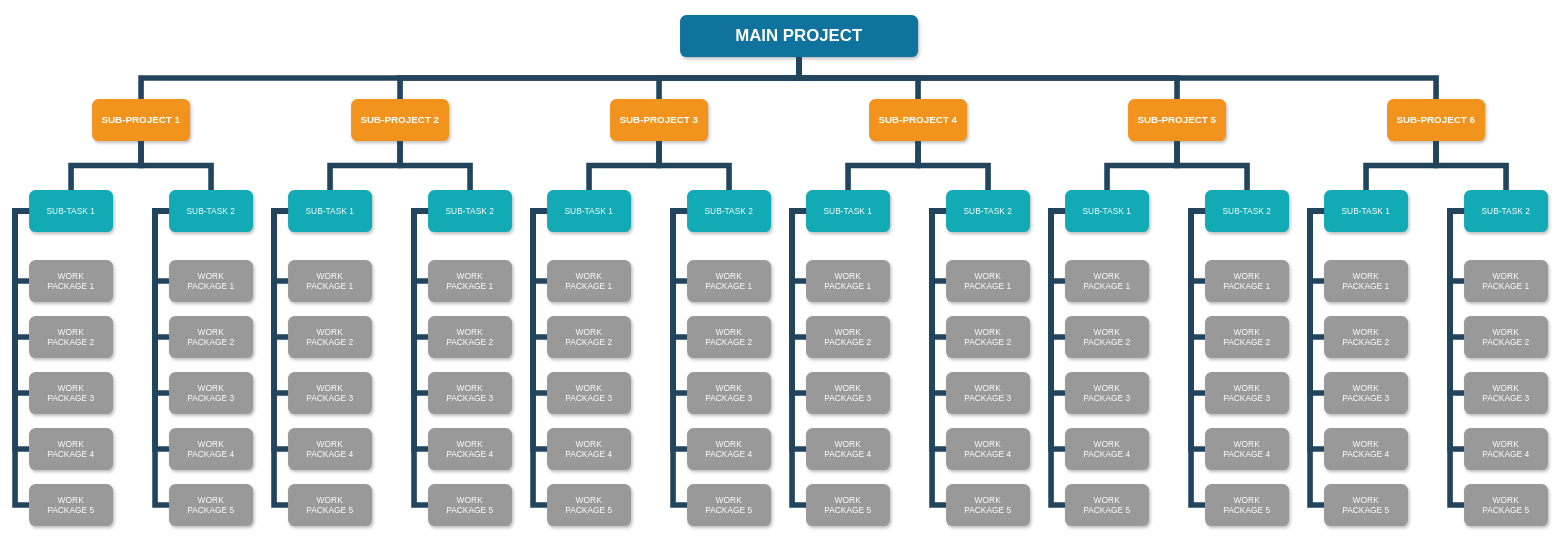
AndrzejRPiotrowski/AndrzejRPiotrowski keeps this draw.io diagram as Diagram bez tytułu.drawio. Above is the earlier version. Source tidied: cells renumbered, new cells numbered last; positions are measured from the earlier drawing's top-left corner, leaving out a move shared by most shapes. Both pictures are drawn from the tidied source at 70%, with x=0, y=0 at pixel (15, 15).
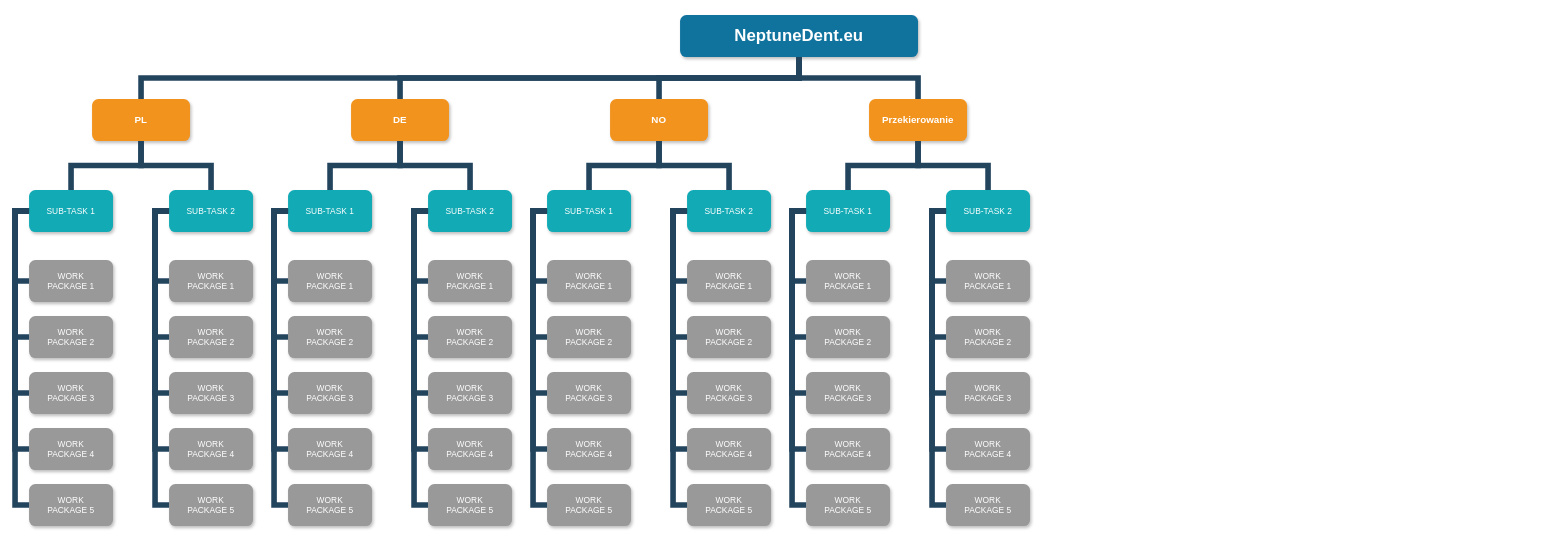
The same page after the edit.

What changed in the source:
```diff
@@
-    <mxCell id="2" value="MAIN PROJECT" style="whiteSpace=wrap;rounded=1;shadow=1;fillColor=#10739E;strokeColor=none;fontColor=#FFFFFF;fontStyle=1;fontSize=24;" parent="1" vertex="1">
+    <mxCell id="2" value="NeptuneDent.eu" style="whiteSpace=wrap;rounded=1;shadow=1;fillColor=#10739E;strokeColor=none;fontColor=#FFFFFF;fontStyle=1;fontSize=24;" parent="1" vertex="1">
       <mxGeometry x="950" width="340" height="60" as="geometry" />
     </mxCell>
-    <mxCell id="3" value="SUB-PROJECT 1" style="whiteSpace=wrap;rounded=1;fillColor=#F2931E;strokeColor=none;shadow=1;fontColor=#FFFFFF;fontStyle=1;fontSize=14;" parent="1" vertex="1">
+    <mxCell id="3" value="PL" style="whiteSpace=wrap;rounded=1;fillColor=#F2931E;strokeColor=none;shadow=1;fontColor=#FFFFFF;fontStyle=1;fontSize=14;" parent="1" vertex="1">
       <mxGeometry x="110" y="120" width="140" height="60" as="geometry" />
     </mxCell>
-    <mxCell id="4" value="SUB-PROJECT 2" style="whiteSpace=wrap;rounded=1;fillColor=#F2931E;strokeColor=none;shadow=1;fontColor=#FFFFFF;fontStyle=1;fontSize=14;" parent="1" vertex="1">
+    <mxCell id="4" value="DE" style="whiteSpace=wrap;rounded=1;fillColor=#F2931E;strokeColor=none;shadow=1;fontColor=#FFFFFF;fontStyle=1;fontSize=14;" parent="1" vertex="1">
       <mxGeometry x="480" y="120" width="140" height="60" as="geometry" />
     </mxCell>
-    <mxCell id="5" value="SUB-PROJECT 6" style="whiteSpace=wrap;rounded=1;fillColor=#F2931E;strokeColor=none;shadow=1;fontColor=#FFFFFF;fontStyle=1;fontSize=14;" parent="1" vertex="1">
-      <mxGeometry x="1960" y="120" width="140" height="60" as="geometry" />
-    </mxCell>
-    <mxCell id="6" value="SUB-PROJECT 3" style="whiteSpace=wrap;rounded=1;fillColor=#F2931E;strokeColor=none;shadow=1;fontColor=#FFFFFF;fontStyle=1;fontSize=14;" parent="1" vertex="1">
+    <mxCell id="6" value="NO" style="whiteSpace=wrap;rounded=1;fillColor=#F2931E;strokeColor=none;shadow=1;fontColor=#FFFFFF;fontStyle=1;fontSize=14;" parent="1" vertex="1">
       <mxGeometry x="850" y="120" width="140" height="60" as="geometry" />
     </mxCell>
-    <mxCell id="7" value="SUB-PROJECT 4" style="whiteSpace=wrap;rounded=1;fillColor=#F2931E;strokeColor=none;shadow=1;fontColor=#FFFFFF;fontStyle=1;fontSize=14;" parent="1" vertex="1">
+    <mxCell id="7" value="Przekierowanie" style="whiteSpace=wrap;rounded=1;fillColor=#F2931E;strokeColor=none;shadow=1;fontColor=#FFFFFF;fontStyle=1;fontSize=14;" parent="1" vertex="1">
       <mxGeometry x="1220" y="120" width="140" height="60" as="geometry" />
     </mxCell>
-    <mxCell id="8" value="SUB-PROJECT 5" style="whiteSpace=wrap;rounded=1;fillColor=#F2931E;strokeColor=none;shadow=1;fontColor=#FFFFFF;fontStyle=1;fontSize=14;" parent="1" vertex="1">
-      <mxGeometry x="1590" y="120" width="140" height="60" as="geometry" />
-    </mxCell>
@@
-    <mxCell id="101" value="SUB-TASK 1" style="whiteSpace=wrap;rounded=1;fillColor=#12AAB5;strokeColor=none;shadow=1;fontColor=#FFFFFF;" parent="1" vertex="1">
-      <mxGeometry x="1500" y="250" width="120" height="60" as="geometry" />
-    </mxCell>
-    <mxCell id="102" value="SUB-TASK 2" style="whiteSpace=wrap;rounded=1;fillColor=#12AAB5;strokeColor=none;shadow=1;fontColor=#FFFFFF;" parent="1" vertex="1">
-      <mxGeometry x="1700" y="250" width="120" height="60" as="geometry" />
-    </mxCell>
-    <mxCell id="103" value="WORK&#10;PACKAGE 1" style="whiteSpace=wrap;rounded=1;fillColor=#999999;strokeColor=none;shadow=1;fontColor=#FFFFFF;fontStyle=0;" parent="1" vertex="1">
-      <mxGeometry x="1500" y="350" width="120" height="60" as="geometry" />
-    </mxCell>
-    <mxCell id="104" value="WORK&#10;PACKAGE 2" style="whiteSpace=wrap;rounded=1;fillColor=#999999;strokeColor=none;shadow=1;fontColor=#FFFFFF;fontStyle=0;" parent="1" vertex="1">
-      <mxGeometry x="1500" y="430" width="120" height="60" as="geometry" />
-    </mxCell>
-    <mxCell id="105" value="WORK&#10;PACKAGE 3" style="whiteSpace=wrap;rounded=1;fillColor=#999999;strokeColor=none;shadow=1;fontColor=#FFFFFF;fontStyle=0;" parent="1" vertex="1">
-      <mxGeometry x="1500" y="510" width="120" height="60" as="geometry" />
-    </mxCell>
-    <mxCell id="106" value="WORK&#10;PACKAGE 4" style="whiteSpace=wrap;rounded=1;fillColor=#999999;strokeColor=none;shadow=1;fontColor=#FFFFFF;fontStyle=0;" parent="1" vertex="1">
-      <mxGeometry x="1500" y="590" width="120" height="60" as="geometry" />
-    </mxCell>
-    <mxCell id="107" value="WORK&#10;PACKAGE 5" style="whiteSpace=wrap;rounded=1;fillColor=#999999;strokeColor=none;shadow=1;fontColor=#FFFFFF;fontStyle=0;" parent="1" vertex="1">
-      <mxGeometry x="1500" y="670" width="120" height="60" as="geometry" />
-    </mxCell>
-    <mxCell id="108" value="WORK&#10;PACKAGE 1" style="whiteSpace=wrap;rounded=1;fillColor=#999999;strokeColor=none;shadow=1;fontColor=#FFFFFF;fontStyle=0;" parent="1" vertex="1">
-      <mxGeometry x="1700" y="350" width="120" height="60" as="geometry" />
-    </mxCell>
-    <mxCell id="109" value="WORK&#10;PACKAGE 2" style="whiteSpace=wrap;rounded=1;fillColor=#999999;strokeColor=none;shadow=1;fontColor=#FFFFFF;fontStyle=0;" parent="1" vertex="1">
-      <mxGeometry x="1700" y="430" width="120" height="60" as="geometry" />
-    </mxCell>
-    <mxCell id="110" value="WORK&#10;PACKAGE 3" style="whiteSpace=wrap;rounded=1;fillColor=#999999;strokeColor=none;shadow=1;fontColor=#FFFFFF;fontStyle=0;" parent="1" vertex="1">
-      <mxGeometry x="1700" y="510" width="120" height="60" as="geometry" />
-    </mxCell>
-    <mxCell id="111" value="WORK&#10;PACKAGE 4" style="whiteSpace=wrap;rounded=1;fillColor=#999999;strokeColor=none;shadow=1;fontColor=#FFFFFF;fontStyle=0;" parent="1" vertex="1">
-      <mxGeometry x="1700" y="590" width="120" height="60" as="geometry" />
-    </mxCell>
-    <mxCell id="112" value="WORK&#10;PACKAGE 5" style="whiteSpace=wrap;rounded=1;fillColor=#999999;strokeColor=none;shadow=1;fontColor=#FFFFFF;fontStyle=0;" parent="1" vertex="1">
-      <mxGeometry x="1700" y="670" width="120" height="60" as="geometry" />
-    </mxCell>
-    <mxCell id="113" style="edgeStyle=elbowEdgeStyle;elbow=horizontal;rounded=0;fontColor=#000000;endArrow=none;endFill=0;strokeWidth=8;strokeColor=#23445D;" parent="1" edge="1" source="101" target="103">
-      <mxGeometry relative="1" as="geometry">
-        <Array as="points">
-          <mxPoint x="1480" y="330" />
-        </Array>
-      </mxGeometry>
-    </mxCell>
-    <mxCell id="114" style="edgeStyle=elbowEdgeStyle;elbow=horizontal;rounded=0;fontColor=#000000;endArrow=none;endFill=0;strokeWidth=8;strokeColor=#23445D;" parent="1" edge="1" source="101" target="104">
-      <mxGeometry relative="1" as="geometry">
-        <Array as="points">
-          <mxPoint x="1480" y="370" />
-        </Array>
-      </mxGeometry>
-    </mxCell>
-    <mxCell id="115" style="edgeStyle=elbowEdgeStyle;elbow=horizontal;rounded=0;fontColor=#000000;endArrow=none;endFill=0;strokeWidth=8;strokeColor=#23445D;" parent="1" edge="1" source="101" target="107">
-      <mxGeometry relative="1" as="geometry">
-        <Array as="points">
-          <mxPoint x="1480" y="500" />
-        </Array>
-      </mxGeometry>
-    </mxCell>
-    <mxCell id="116" style="edgeStyle=elbowEdgeStyle;elbow=horizontal;rounded=0;fontColor=#000000;endArrow=none;endFill=0;strokeWidth=8;strokeColor=#23445D;" parent="1" edge="1" source="101" target="106">
-      <mxGeometry relative="1" as="geometry">
-        <Array as="points">
-          <mxPoint x="1480" y="450" />
-        </Array>
-      </mxGeometry>
-    </mxCell>
-    <mxCell id="117" style="edgeStyle=elbowEdgeStyle;elbow=horizontal;rounded=0;fontColor=#000000;endArrow=none;endFill=0;strokeWidth=8;strokeColor=#23445D;" parent="1" edge="1" source="101" target="105">
-      <mxGeometry relative="1" as="geometry">
-        <Array as="points">
-          <mxPoint x="1480" y="420" />
-        </Array>
-      </mxGeometry>
-    </mxCell>
-    <mxCell id="118" style="edgeStyle=elbowEdgeStyle;elbow=horizontal;rounded=0;fontColor=#000000;endArrow=none;endFill=0;strokeWidth=8;strokeColor=#23445D;" parent="1" edge="1" source="102" target="108">
-      <mxGeometry relative="1" as="geometry">
-        <Array as="points">
-          <mxPoint x="1680" y="330" />
-        </Array>
-      </mxGeometry>
-    </mxCell>
-    <mxCell id="119" style="edgeStyle=elbowEdgeStyle;elbow=horizontal;rounded=0;fontColor=#000000;endArrow=none;endFill=0;strokeWidth=8;strokeColor=#23445D;" parent="1" edge="1" source="102" target="109">
-      <mxGeometry relative="1" as="geometry">
-        <Array as="points">
-          <mxPoint x="1680" y="370" />
-        </Array>
-      </mxGeometry>
-    </mxCell>
-    <mxCell id="120" style="edgeStyle=elbowEdgeStyle;elbow=horizontal;rounded=0;fontColor=#000000;endArrow=none;endFill=0;strokeWidth=8;strokeColor=#23445D;" parent="1" edge="1" source="102" target="112">
-      <mxGeometry relative="1" as="geometry">
-        <Array as="points">
-          <mxPoint x="1680" y="490" />
-        </Array>
-      </mxGeometry>
-    </mxCell>
-    <mxCell id="121" style="edgeStyle=elbowEdgeStyle;elbow=horizontal;rounded=0;fontColor=#000000;endArrow=none;endFill=0;strokeWidth=8;strokeColor=#23445D;" parent="1" edge="1" source="102" target="111">
-      <mxGeometry relative="1" as="geometry">
-        <Array as="points">
-          <mxPoint x="1680" y="450" />
-        </Array>
-      </mxGeometry>
-    </mxCell>
-    <mxCell id="122" style="edgeStyle=elbowEdgeStyle;elbow=horizontal;rounded=0;fontColor=#000000;endArrow=none;endFill=0;strokeWidth=8;strokeColor=#23445D;" parent="1" edge="1" source="102" target="110">
-      <mxGeometry relative="1" as="geometry">
-        <Array as="points">
-          <mxPoint x="1680" y="420" />
-        </Array>
-      </mxGeometry>
-    </mxCell>
-    <mxCell id="123" value="SUB-TASK 1" style="whiteSpace=wrap;rounded=1;fillColor=#12AAB5;strokeColor=none;shadow=1;fontColor=#FFFFFF;" parent="1" vertex="1">
-      <mxGeometry x="1870" y="250" width="120" height="60" as="geometry" />
-    </mxCell>
-    <mxCell id="124" value="SUB-TASK 2" style="whiteSpace=wrap;rounded=1;fillColor=#12AAB5;strokeColor=none;shadow=1;fontColor=#FFFFFF;" parent="1" vertex="1">
-      <mxGeometry x="2070" y="250" width="120" height="60" as="geometry" />
-    </mxCell>
-    <mxCell id="125" value="WORK&#10;PACKAGE 1" style="whiteSpace=wrap;rounded=1;fillColor=#999999;strokeColor=none;shadow=1;fontColor=#FFFFFF;fontStyle=0;" parent="1" vertex="1">
-      <mxGeometry x="1870" y="350" width="120" height="60" as="geometry" />
-    </mxCell>
-    <mxCell id="126" value="WORK&#10;PACKAGE 2" style="whiteSpace=wrap;rounded=1;fillColor=#999999;strokeColor=none;shadow=1;fontColor=#FFFFFF;fontStyle=0;" parent="1" vertex="1">
-      <mxGeometry x="1870" y="430" width="120" height="60" as="geometry" />
-    </mxCell>
-    <mxCell id="127" value="WORK&#10;PACKAGE 3" style="whiteSpace=wrap;rounded=1;fillColor=#999999;strokeColor=none;shadow=1;fontColor=#FFFFFF;fontStyle=0;" parent="1" vertex="1">
-      <mxGeometry x="1870" y="510" width="120" height="60" as="geometry" />
-    </mxCell>
-    <mxCell id="128" value="WORK&#10;PACKAGE 4" style="whiteSpace=wrap;rounded=1;fillColor=#999999;strokeColor=none;shadow=1;fontColor=#FFFFFF;fontStyle=0;" parent="1" vertex="1">
-      <mxGeometry x="1870" y="590" width="120" height="60" as="geometry" />
-    </mxCell>
-    <mxCell id="129" value="WORK&#10;PACKAGE 5" style="whiteSpace=wrap;rounded=1;fillColor=#999999;strokeColor=none;shadow=1;fontColor=#FFFFFF;fontStyle=0;" parent="1" vertex="1">
-      <mxGeometry x="1870" y="670" width="120" height="60" as="geometry" />
-    </mxCell>
-    <mxCell id="130" value="WORK&#10;PACKAGE 1" style="whiteSpace=wrap;rounded=1;fillColor=#999999;strokeColor=none;shadow=1;fontColor=#FFFFFF;fontStyle=0;" parent="1" vertex="1">
-      <mxGeometry x="2070" y="350" width="120" height="60" as="geometry" />
-    </mxCell>
-    <mxCell id="131" value="WORK&#10;PACKAGE 2" style="whiteSpace=wrap;rounded=1;fillColor=#999999;strokeColor=none;shadow=1;fontColor=#FFFFFF;fontStyle=0;" parent="1" vertex="1">
-      <mxGeometry x="2070" y="430" width="120" height="60" as="geometry" />
-    </mxCell>
-    <mxCell id="132" value="WORK&#10;PACKAGE 3" style="whiteSpace=wrap;rounded=1;fillColor=#999999;strokeColor=none;shadow=1;fontColor=#FFFFFF;fontStyle=0;" parent="1" vertex="1">
-      <mxGeometry x="2070" y="510" width="120" height="60" as="geometry" />
-    </mxCell>
-    <mxCell id="133" value="WORK&#10;PACKAGE 4" style="whiteSpace=wrap;rounded=1;fillColor=#999999;strokeColor=none;shadow=1;fontColor=#FFFFFF;fontStyle=0;" parent="1" vertex="1">
-      <mxGeometry x="2070" y="590" width="120" height="60" as="geometry" />
-    </mxCell>
-    <mxCell id="134" value="WORK&#10;PACKAGE 5" style="whiteSpace=wrap;rounded=1;fillColor=#999999;strokeColor=none;shadow=1;fontColor=#FFFFFF;fontStyle=0;" parent="1" vertex="1">
-      <mxGeometry x="2070" y="670" width="120" height="60" as="geometry" />
-    </mxCell>
-    <mxCell id="135" style="edgeStyle=elbowEdgeStyle;elbow=horizontal;rounded=0;fontColor=#000000;endArrow=none;endFill=0;strokeWidth=8;strokeColor=#23445D;" parent="1" edge="1" source="123" target="125">
-      <mxGeometry relative="1" as="geometry">
-        <Array as="points">
-          <mxPoint x="1850" y="330" />
-        </Array>
-      </mxGeometry>
-    </mxCell>
-    <mxCell id="136" style="edgeStyle=elbowEdgeStyle;elbow=horizontal;rounded=0;fontColor=#000000;endArrow=none;endFill=0;strokeWidth=8;strokeColor=#23445D;" parent="1" edge="1" source="123" target="126">
-      <mxGeometry relative="1" as="geometry">
-        <Array as="points">
-          <mxPoint x="1850" y="370" />
-        </Array>
-      </mxGeometry>
-    </mxCell>
-    <mxCell id="137" style="edgeStyle=elbowEdgeStyle;elbow=horizontal;rounded=0;fontColor=#000000;endArrow=none;endFill=0;strokeWidth=8;strokeColor=#23445D;" parent="1" edge="1" source="123" target="129">
-      <mxGeometry relative="1" as="geometry">
-        <Array as="points">
-          <mxPoint x="1850" y="500" />
-        </Array>
-      </mxGeometry>
-    </mxCell>
-    <mxCell id="138" style="edgeStyle=elbowEdgeStyle;elbow=horizontal;rounded=0;fontColor=#000000;endArrow=none;endFill=0;strokeWidth=8;strokeColor=#23445D;" parent="1" edge="1" source="123" target="128">
-      <mxGeometry relative="1" as="geometry">
-        <Array as="points">
-          <mxPoint x="1850" y="450" />
-        </Array>
-      </mxGeometry>
-    </mxCell>
-    <mxCell id="139" style="edgeStyle=elbowEdgeStyle;elbow=horizontal;rounded=0;fontColor=#000000;endArrow=none;endFill=0;strokeWidth=8;strokeColor=#23445D;" parent="1" edge="1" source="123" target="127">
-      <mxGeometry relative="1" as="geometry">
-        <Array as="points">
-          <mxPoint x="1850" y="420" />
-        </Array>
-      </mxGeometry>
-    </mxCell>
-    <mxCell id="140" style="edgeStyle=elbowEdgeStyle;elbow=horizontal;rounded=0;fontColor=#000000;endArrow=none;endFill=0;strokeWidth=8;strokeColor=#23445D;" parent="1" edge="1" source="124" target="130">
-      <mxGeometry relative="1" as="geometry">
-        <Array as="points">
-          <mxPoint x="2050" y="330" />
-        </Array>
-      </mxGeometry>
-    </mxCell>
-    <mxCell id="141" style="edgeStyle=elbowEdgeStyle;elbow=horizontal;rounded=0;fontColor=#000000;endArrow=none;endFill=0;strokeWidth=8;strokeColor=#23445D;" parent="1" edge="1" source="124" target="131">
-      <mxGeometry relative="1" as="geometry">
-        <Array as="points">
-          <mxPoint x="2050" y="370" />
-        </Array>
-      </mxGeometry>
-    </mxCell>
-    <mxCell id="142" style="edgeStyle=elbowEdgeStyle;elbow=horizontal;rounded=0;fontColor=#000000;endArrow=none;endFill=0;strokeWidth=8;strokeColor=#23445D;" parent="1" edge="1" source="124" target="134">
-      <mxGeometry relative="1" as="geometry">
-        <Array as="points">
-          <mxPoint x="2050" y="490" />
-        </Array>
-      </mxGeometry>
-    </mxCell>
-    <mxCell id="143" style="edgeStyle=elbowEdgeStyle;elbow=horizontal;rounded=0;fontColor=#000000;endArrow=none;endFill=0;strokeWidth=8;strokeColor=#23445D;" parent="1" edge="1" source="124" target="133">
-      <mxGeometry relative="1" as="geometry">
-        <Array as="points">
-          <mxPoint x="2050" y="450" />
-        </Array>
-      </mxGeometry>
-    </mxCell>
-    <mxCell id="144" style="edgeStyle=elbowEdgeStyle;elbow=horizontal;rounded=0;fontColor=#000000;endArrow=none;endFill=0;strokeWidth=8;strokeColor=#23445D;" parent="1" edge="1" source="124" target="132">
-      <mxGeometry relative="1" as="geometry">
-        <Array as="points">
-          <mxPoint x="2050" y="420" />
-        </Array>
-      </mxGeometry>
-    </mxCell>
@@
-    <mxCell id="149" style="edgeStyle=elbowEdgeStyle;elbow=vertical;rounded=0;fontColor=#000000;endArrow=none;endFill=0;strokeWidth=8;strokeColor=#23445D;" parent="1" edge="1" source="8" target="101">
-      <mxGeometry relative="1" as="geometry" />
-    </mxCell>
-    <mxCell id="150" style="edgeStyle=elbowEdgeStyle;elbow=vertical;rounded=0;fontColor=#000000;endArrow=none;endFill=0;strokeWidth=8;strokeColor=#23445D;" parent="1" edge="1" source="8" target="102">
-      <mxGeometry relative="1" as="geometry" />
-    </mxCell>
-    <mxCell id="151" style="edgeStyle=elbowEdgeStyle;elbow=vertical;rounded=0;fontColor=#000000;endArrow=none;endFill=0;strokeWidth=8;strokeColor=#23445D;" parent="1" edge="1" source="5" target="123">
-      <mxGeometry relative="1" as="geometry" />
-    </mxCell>
-    <mxCell id="152" style="edgeStyle=elbowEdgeStyle;elbow=vertical;rounded=0;fontColor=#000000;endArrow=none;endFill=0;strokeWidth=8;strokeColor=#23445D;" parent="1" edge="1" source="5" target="124">
-      <mxGeometry relative="1" as="geometry" />
-    </mxCell>
@@
-    <mxCell id="157" style="edgeStyle=elbowEdgeStyle;elbow=vertical;rounded=0;fontColor=#000000;endArrow=none;endFill=0;strokeWidth=8;strokeColor=#23445D;" parent="1" edge="1" source="2" target="8">
-      <mxGeometry relative="1" as="geometry" />
-    </mxCell>
-    <mxCell id="158" style="edgeStyle=elbowEdgeStyle;elbow=vertical;rounded=0;fontColor=#000000;endArrow=none;endFill=0;strokeWidth=8;strokeColor=#23445D;" parent="1" edge="1" source="2" target="5">
-      <mxGeometry relative="1" as="geometry" />
-    </mxCell>
```
